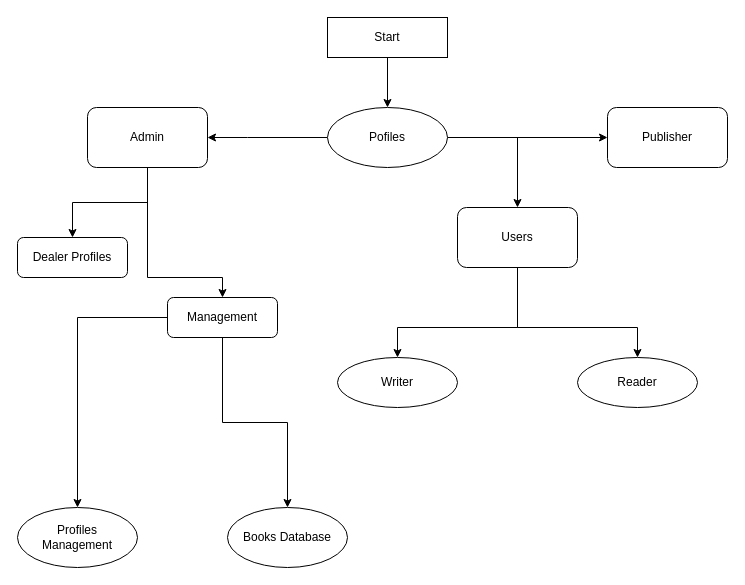
Earlier version of the draw.io diagram Untitled Diagram.drawio (agreshgupta/TSF). Source tidied: cells renumbered, new cells numbered last; positions are measured from the earlier drawing's top-left corner, leaving out a move shared by most shapes. Both pictures are drawn from the tidied source at 100%, with x=0, y=0 at pixel (17, 17).
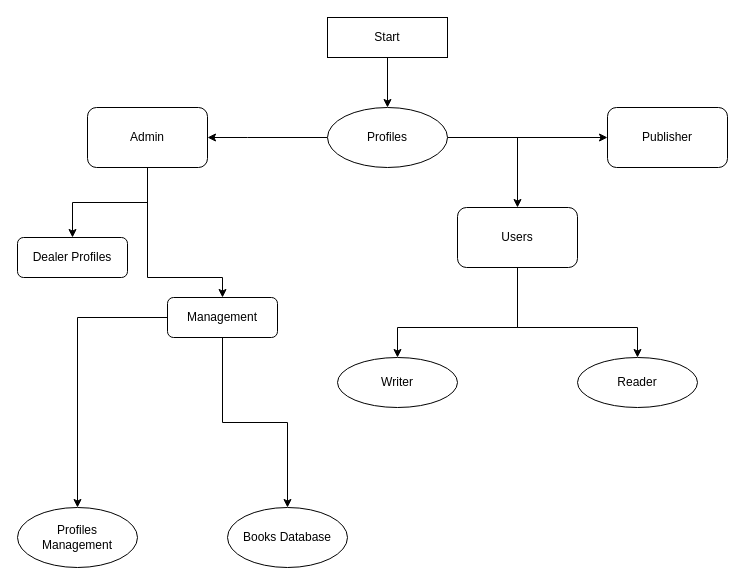
The same diagram, later.

Unchanged cells that the change refers to:
```xml
<mxCell id="15" style="group;" parent="1" vertex="1">
  <mxGeometry x="310" y="90" width="120" height="60" as="geometry" />
</mxCell>
```

Change to the diagram source:
```diff
@@
-    <mxCell id="17" value="Pofiles" style="text;html=1;strokeColor=none;fillColor=none;align=center;verticalAlign=middle;whiteSpace=wrap;rounded=0;" parent="15" vertex="1">
+    <mxCell id="17" value="Profiles" style="text;html=1;strokeColor=none;fillColor=none;align=center;verticalAlign=middle;whiteSpace=wrap;rounded=0;" parent="15" vertex="1">
       <mxGeometry width="120" height="60" as="geometry" />
     </mxCell>
```
